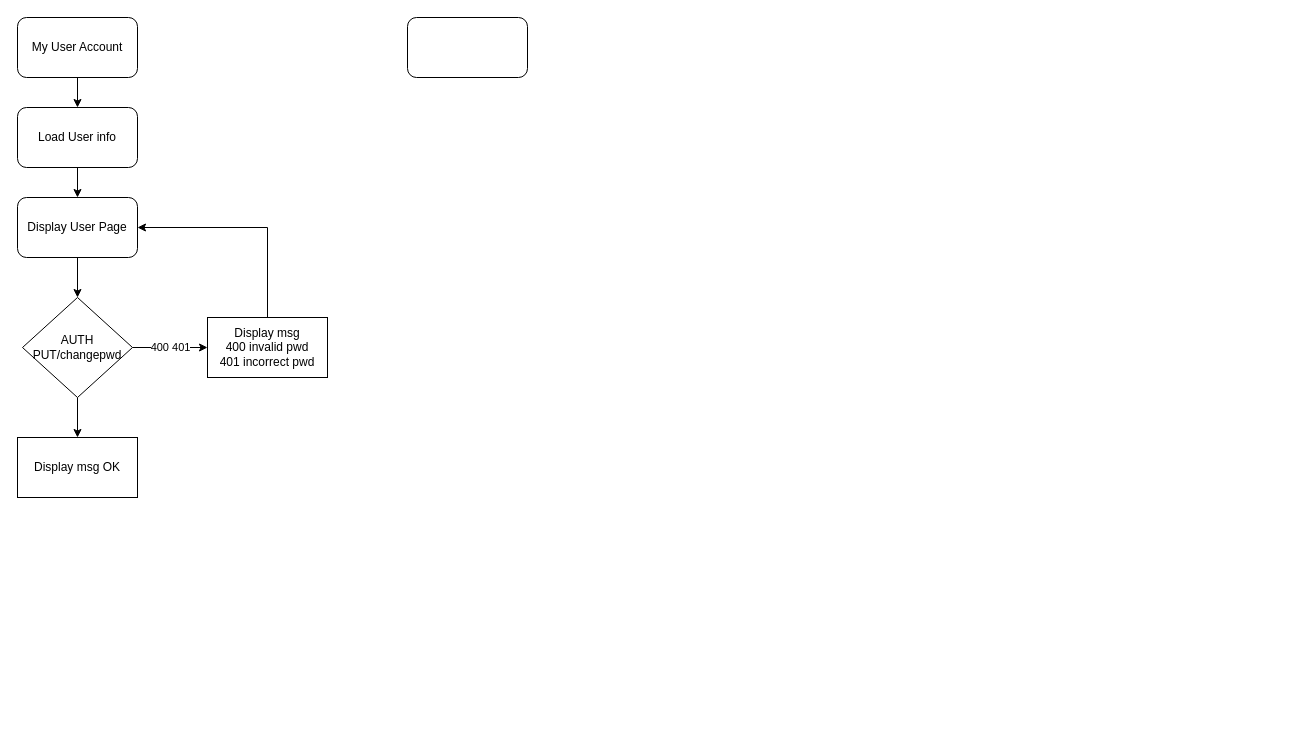
This is page "Menu-MyUser" (2 of 3) of docs/Untitled Diagram.drawio from mobapp20g6/frivillig-server1, a draw.io file, before an edit. Source tidied: cells renumbered, new cells numbered last; positions are measured from the earlier drawing's top-left corner, leaving out a move shared by most shapes. Both pictures are drawn from the tidied source at 100%, with x=0, y=0 at pixel (17, 17).
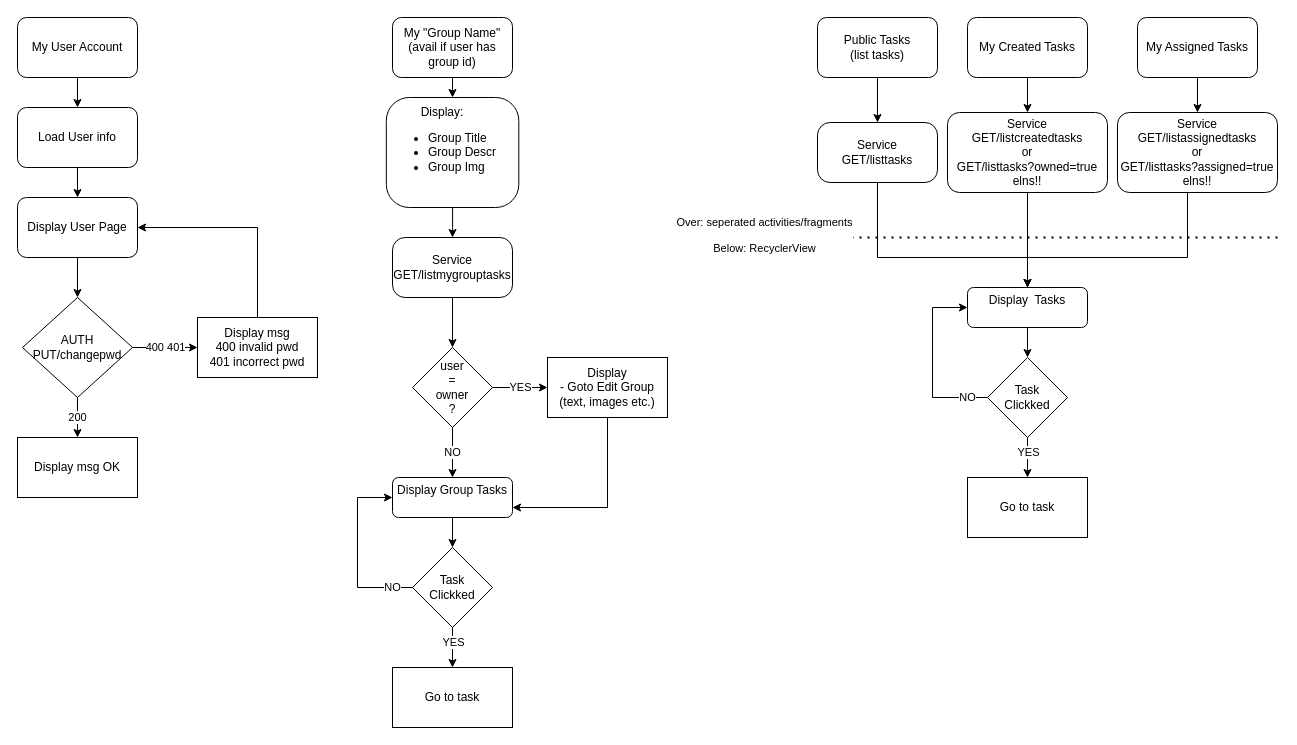
After the change.

Unchanged cells that the change refers to:
```xml
<mxCell id="9" value="&lt;div&gt;AUTH&lt;/div&gt;&lt;div&gt;PUT/changepwd&lt;br&gt;&lt;/div&gt;" style="strokeWidth=1;html=1;shape=mxgraph.flowchart.decision;whiteSpace=wrap;" parent="1" vertex="1">
  <mxGeometry x="5" y="280" width="110" height="100" as="geometry" />
</mxCell>
<mxCell id="13" value="Display User Page" style="whiteSpace=wrap;html=1;rounded=1;" parent="1" vertex="1">
  <mxGeometry y="180" width="120" height="60" as="geometry" />
</mxCell>
<mxCell id="14" value="&lt;div&gt;Display msg OK&lt;/div&gt;" style="whiteSpace=wrap;html=1;strokeWidth=1;" parent="1" vertex="1">
  <mxGeometry y="420" width="120" height="60" as="geometry" />
</mxCell>
```

The edit, as a diff of the source:
```diff
@@
+    <mxCell id="15" style="edgeStyle=orthogonalEdgeStyle;rounded=0;jettySize=auto;html=1;" parent="1" edge="1" source="6" target="42">
+      <mxGeometry relative="1" as="geometry" />
+    </mxCell>
-    <mxCell id="6" style="rounded=1;whiteSpace=wrap;html=1;" parent="1" vertex="1">
-      <mxGeometry x="390" width="120" height="60" as="geometry" />
+    <mxCell id="6" value="&lt;div&gt;Public Tasks&lt;/div&gt;&lt;div&gt;(list tasks)&lt;br&gt;&lt;/div&gt;" style="rounded=1;whiteSpace=wrap;html=1;" parent="1" vertex="1">
+      <mxGeometry x="800" width="120" height="60" as="geometry" />
     </mxCell>
@@
-    <mxCell id="8" style="edgeStyle=orthogonalEdgeStyle;rounded=0;jettySize=auto;html=1;" parent="1" edge="1" source="9" target="14">
+    <mxCell id="8" value="200" style="edgeStyle=orthogonalEdgeStyle;rounded=0;jettySize=auto;html=1;" parent="1" edge="1" source="9" target="14">
       <mxGeometry relative="1" as="geometry" />
     </mxCell>
@@
     <mxCell id="10" style="edgeStyle=orthogonalEdgeStyle;rounded=0;jettySize=auto;html=1;" parent="1" edge="1" source="11" target="13">
       <mxGeometry relative="1" as="geometry">
         <Array as="points">
-          <mxPoint x="250" y="210" />
+          <mxPoint x="240" y="210" />
         </Array>
       </mxGeometry>
     </mxCell>
     <mxCell id="11" value="Display msg&lt;br&gt;&lt;div&gt;400 invalid pwd&lt;/div&gt;&lt;div&gt;401 incorrect pwd&lt;/div&gt;" style="whiteSpace=wrap;html=1;strokeWidth=1;" parent="1" vertex="1">
-      <mxGeometry x="190" y="300" width="120" height="60" as="geometry" />
+      <mxGeometry x="180" y="300" width="120" height="60" as="geometry" />
     </mxCell>
@@
+    <mxCell id="16" style="edgeStyle=orthogonalEdgeStyle;rounded=0;jettySize=auto;html=1;" parent="1" edge="1" source="17" target="24">
+      <mxGeometry relative="1" as="geometry" />
+    </mxCell>
+    <mxCell id="17" value="&lt;div&gt;My &quot;Group Name&quot;&lt;/div&gt;&lt;div&gt;(avail if user has group id)&lt;br&gt;&lt;/div&gt;" style="rounded=1;whiteSpace=wrap;html=1;strokeWidth=1;" parent="1" vertex="1">
+      <mxGeometry x="375" width="120" height="60" as="geometry" />
+    </mxCell>
+    <mxCell id="18" value="YES" style="edgeStyle=orthogonalEdgeStyle;rounded=0;jettySize=auto;html=1;" parent="1" edge="1" source="20" target="22">
+      <mxGeometry relative="1" as="geometry" />
+    </mxCell>
+    <mxCell id="19" value="NO" style="edgeStyle=orthogonalEdgeStyle;rounded=0;jettySize=auto;html=1;" parent="1" edge="1" source="20" target="28">
+      <mxGeometry relative="1" as="geometry" />
+    </mxCell>
+    <mxCell id="20" value="&lt;div&gt;user&lt;/div&gt;&lt;div&gt;=&lt;/div&gt;&lt;div&gt;owner&lt;/div&gt;&lt;div&gt;?&lt;br&gt;&lt;/div&gt;" style="rhombus;whiteSpace=wrap;html=1;strokeWidth=1;" parent="1" vertex="1">
+      <mxGeometry x="395" y="330" width="80" height="80" as="geometry" />
+    </mxCell>
+    <mxCell id="21" style="edgeStyle=orthogonalEdgeStyle;rounded=0;jettySize=auto;html=1;" parent="1" edge="1" source="22" target="28">
+      <mxGeometry relative="1" as="geometry">
+        <Array as="points">
+          <mxPoint x="590" y="490" />
+        </Array>
+      </mxGeometry>
+    </mxCell>
+    <mxCell id="22" value="&lt;div&gt;Display&lt;/div&gt;&lt;div&gt;- Goto Edit Group&lt;br&gt;(text, images etc.)&lt;br&gt;&lt;/div&gt;" style="whiteSpace=wrap;html=1;strokeWidth=1;" parent="1" vertex="1">
+      <mxGeometry x="530" y="340" width="120" height="60" as="geometry" />
+    </mxCell>
+    <mxCell id="23" style="edgeStyle=orthogonalEdgeStyle;rounded=0;jettySize=auto;html=1;" parent="1" edge="1" source="24" target="26">
+      <mxGeometry relative="1" as="geometry" />
+    </mxCell>
+    <mxCell id="24" value="&lt;div align=&quot;center&quot;&gt;Display:&lt;/div&gt;&lt;div align=&quot;left&quot;&gt;&lt;ul&gt;&lt;li&gt;Group Title&lt;/li&gt;&lt;li&gt;Group Descr&lt;/li&gt;&lt;li&gt;Group Img&lt;/li&gt;&lt;/ul&gt;&lt;/div&gt;&lt;div align=&quot;left&quot;&gt;&lt;br&gt;&lt;/div&gt;" style="rounded=1;whiteSpace=wrap;html=1;strokeWidth=1;align=left;arcSize=21;" parent="1" vertex="1">
+      <mxGeometry x="368.8" y="80" width="132.5" height="110" as="geometry" />
+    </mxCell>
+    <mxCell id="25" style="edgeStyle=orthogonalEdgeStyle;rounded=0;jettySize=auto;html=1;" parent="1" edge="1" source="26" target="20">
+      <mxGeometry relative="1" as="geometry" />
+    </mxCell>
+    <mxCell id="26" value="&lt;div align=&quot;center&quot;&gt;Service&lt;/div&gt;&lt;div align=&quot;center&quot;&gt;GET/listmygrouptasks&lt;br&gt;&lt;/div&gt;" style="whiteSpace=wrap;html=1;rounded=1;align=center;strokeWidth=1;arcSize=21;" parent="1" vertex="1">
+      <mxGeometry x="375" y="220" width="120" height="60" as="geometry" />
+    </mxCell>
+    <mxCell id="27" style="edgeStyle=orthogonalEdgeStyle;rounded=0;jettySize=auto;html=1;" parent="1" edge="1" source="28" target="32">
+      <mxGeometry relative="1" as="geometry" />
+    </mxCell>
+    <mxCell id="28" value="&lt;div align=&quot;center&quot;&gt;Display Group Tasks&lt;/div&gt;&lt;div&gt;&lt;br&gt;&lt;/div&gt;" style="rounded=1;whiteSpace=wrap;html=1;strokeWidth=1;" parent="1" vertex="1">
+      <mxGeometry x="375" y="460" width="120" height="40" as="geometry" />
+    </mxCell>
+    <mxCell id="29" style="edgeStyle=orthogonalEdgeStyle;rounded=0;jettySize=auto;html=1;" parent="1" edge="1" source="32" target="33">
+      <mxGeometry relative="1" as="geometry" />
+    </mxCell>
+    <mxCell id="30" value="YES" style="edgeLabel;html=1;align=center;verticalAlign=middle;" parent="29" vertex="1">
+      <mxGeometry x="-0.28" relative="1" as="geometry" />
+    </mxCell>
+    <mxCell id="31" value="NO" style="edgeStyle=orthogonalEdgeStyle;rounded=0;jettySize=auto;html=1;entryX=0;entryY=0.5;entryDx=0;entryDy=0;exitX=0;exitY=0.5;exitDx=0;exitDy=0;" parent="1" edge="1" source="32" target="28">
+      <mxGeometry x="-0.78" relative="1" as="geometry">
+        <Array as="points">
+          <mxPoint x="340" y="570" />
+          <mxPoint x="340" y="480" />
+        </Array>
+      </mxGeometry>
+    </mxCell>
+    <mxCell id="32" value="&lt;div&gt;Task&lt;/div&gt;&lt;div&gt;Clickked&lt;br&gt;&lt;/div&gt;" style="rhombus;whiteSpace=wrap;html=1;strokeWidth=1;" parent="1" vertex="1">
+      <mxGeometry x="395" y="530" width="80" height="80" as="geometry" />
+    </mxCell>
+    <mxCell id="33" value="&lt;br&gt;&lt;div&gt;Go to task&lt;/div&gt;&lt;div&gt;&lt;br&gt;&lt;/div&gt;" style="whiteSpace=wrap;html=1;strokeWidth=1;" parent="1" vertex="1">
+      <mxGeometry x="375" y="650" width="120" height="60" as="geometry" />
+    </mxCell>
+    <mxCell id="34" style="edgeStyle=orthogonalEdgeStyle;rounded=0;jettySize=auto;html=1;" parent="1" edge="1" source="35" target="39">
+      <mxGeometry relative="1" as="geometry" />
+    </mxCell>
+    <mxCell id="35" value="&lt;div align=&quot;center&quot;&gt;Display&amp;nbsp; Tasks&lt;/div&gt;&lt;div&gt;&lt;br&gt;&lt;/div&gt;" style="rounded=1;whiteSpace=wrap;html=1;strokeWidth=1;" parent="1" vertex="1">
+      <mxGeometry x="950" y="270" width="120" height="40" as="geometry" />
+    </mxCell>
+    <mxCell id="36" style="edgeStyle=orthogonalEdgeStyle;rounded=0;jettySize=auto;html=1;" parent="1" edge="1" source="39" target="40">
+      <mxGeometry relative="1" as="geometry" />
+    </mxCell>
+    <mxCell id="37" value="YES" style="edgeLabel;html=1;align=center;verticalAlign=middle;" parent="36" vertex="1">
+      <mxGeometry x="-0.28" relative="1" as="geometry" />
+    </mxCell>
+    <mxCell id="38" value="NO" style="edgeStyle=orthogonalEdgeStyle;rounded=0;jettySize=auto;html=1;entryX=0;entryY=0.5;entryDx=0;entryDy=0;exitX=0;exitY=0.5;exitDx=0;exitDy=0;" parent="1" edge="1" source="39" target="35">
+      <mxGeometry x="-0.78" relative="1" as="geometry">
+        <Array as="points">
+          <mxPoint x="915" y="380" />
+          <mxPoint x="915" y="290" />
+        </Array>
+      </mxGeometry>
+    </mxCell>
+    <mxCell id="39" value="&lt;div&gt;Task&lt;/div&gt;&lt;div&gt;Clickked&lt;br&gt;&lt;/div&gt;" style="rhombus;whiteSpace=wrap;html=1;strokeWidth=1;" parent="1" vertex="1">
+      <mxGeometry x="970" y="340" width="80" height="80" as="geometry" />
+    </mxCell>
+    <mxCell id="40" value="&lt;br&gt;&lt;div&gt;Go to task&lt;/div&gt;&lt;div&gt;&lt;br&gt;&lt;/div&gt;" style="whiteSpace=wrap;html=1;strokeWidth=1;" parent="1" vertex="1">
+      <mxGeometry x="950" y="460" width="120" height="60" as="geometry" />
+    </mxCell>
+    <mxCell id="41" style="edgeStyle=orthogonalEdgeStyle;rounded=0;jettySize=auto;html=1;" parent="1" edge="1" source="42" target="35">
+      <mxGeometry relative="1" as="geometry">
+        <Array as="points">
+          <mxPoint x="860" y="240" />
+          <mxPoint x="1010" y="240" />
+        </Array>
+      </mxGeometry>
+    </mxCell>
+    <mxCell id="42" value="&lt;div align=&quot;center&quot;&gt;Service&lt;/div&gt;&lt;div align=&quot;center&quot;&gt;GET/listtasks&lt;br&gt;&lt;/div&gt;" style="whiteSpace=wrap;html=1;rounded=1;align=center;strokeWidth=1;arcSize=21;" parent="1" vertex="1">
+      <mxGeometry x="800" y="105" width="120" height="60" as="geometry" />
+    </mxCell>
+    <mxCell id="43" style="edgeStyle=orthogonalEdgeStyle;rounded=0;jettySize=auto;html=1;" parent="1" edge="1" source="44" target="48">
+      <mxGeometry relative="1" as="geometry" />
+    </mxCell>
+    <mxCell id="44" value="My Created Tasks" style="rounded=1;whiteSpace=wrap;html=1;strokeWidth=1;" parent="1" vertex="1">
+      <mxGeometry x="950" width="120" height="60" as="geometry" />
+    </mxCell>
+    <mxCell id="45" style="edgeStyle=orthogonalEdgeStyle;rounded=0;jettySize=auto;html=1;" parent="1" edge="1" source="46" target="52">
+      <mxGeometry relative="1" as="geometry" />
+    </mxCell>
+    <mxCell id="46" value="My Assigned Tasks" style="rounded=1;whiteSpace=wrap;html=1;strokeWidth=1;" parent="1" vertex="1">
+      <mxGeometry x="1120" width="120" height="60" as="geometry" />
+    </mxCell>
+    <mxCell id="47" style="edgeStyle=orthogonalEdgeStyle;rounded=0;jettySize=auto;html=1;entryX=0.5;entryY=0;entryDx=0;entryDy=0;" parent="1" edge="1" source="48" target="35">
+      <mxGeometry relative="1" as="geometry" />
+    </mxCell>
+    <mxCell id="48" value="Service&lt;br&gt;&lt;div&gt;GET/listcreatedtasks&lt;/div&gt;&lt;div&gt;or&lt;/div&gt;&lt;div&gt;GET/listtasks?owned=true&lt;/div&gt;&lt;div&gt;elns!!&lt;br&gt;&lt;/div&gt;" style="rounded=1;whiteSpace=wrap;html=1;strokeWidth=1;" parent="1" vertex="1">
+      <mxGeometry x="930" y="95" width="160" height="80" as="geometry" />
+    </mxCell>
+    <mxCell id="49" style="endArrow=none;dashed=1;html=1;dashPattern=1 3;strokeWidth=2;" parent="1" edge="1">
+      <mxGeometry relative="1" as="geometry">
+        <mxPoint x="730" y="220" as="sourcePoint" />
+        <mxPoint x="1260" y="220" as="targetPoint" />
+      </mxGeometry>
+    </mxCell>
+    <mxCell id="50" value="Over: seperated activities/fragments&lt;br&gt;&lt;div&gt;&lt;br&gt;&lt;/div&gt;&lt;div&gt;Below: RecyclerView&lt;/div&gt;" style="edgeLabel;html=1;align=center;verticalAlign=middle;" parent="49" vertex="1">
+      <mxGeometry x="-0.94" y="3" relative="1" as="geometry" />
+    </mxCell>
+    <mxCell id="51" style="edgeStyle=orthogonalEdgeStyle;rounded=0;jettySize=auto;html=1;entryX=0.5;entryY=0;entryDx=0;entryDy=0;" parent="1" edge="1" source="52" target="35">
+      <mxGeometry relative="1" as="geometry">
+        <Array as="points">
+          <mxPoint x="1170" y="240" />
+          <mxPoint x="1010" y="240" />
+        </Array>
+      </mxGeometry>
+    </mxCell>
+    <mxCell id="52" value="Service&lt;br&gt;&lt;div&gt;GET/listassignedtasks&lt;/div&gt;&lt;div&gt;or&lt;/div&gt;&lt;div&gt;GET/listtasks?assigned=true&lt;/div&gt;&lt;div&gt;elns!!&lt;br&gt;&lt;/div&gt;" style="whiteSpace=wrap;html=1;rounded=1;strokeWidth=1;" parent="1" vertex="1">
+      <mxGeometry x="1100" y="95" width="160" height="80" as="geometry" />
+    </mxCell>
```
